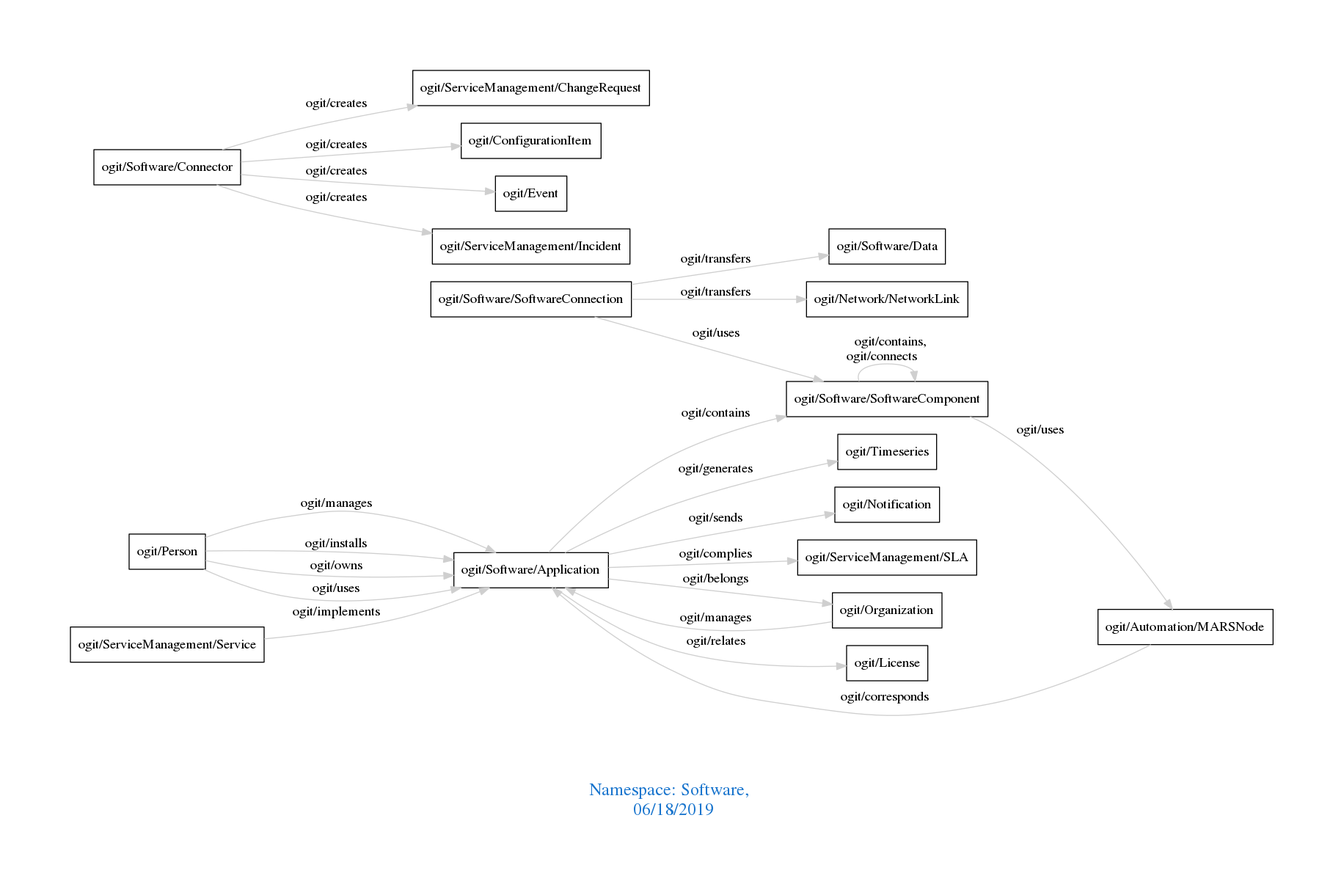
Before: downloads/Software.png, a diagram exported from Graphviz (arago/OGIT). Its source is kept beside it as downloads/Software.dot.
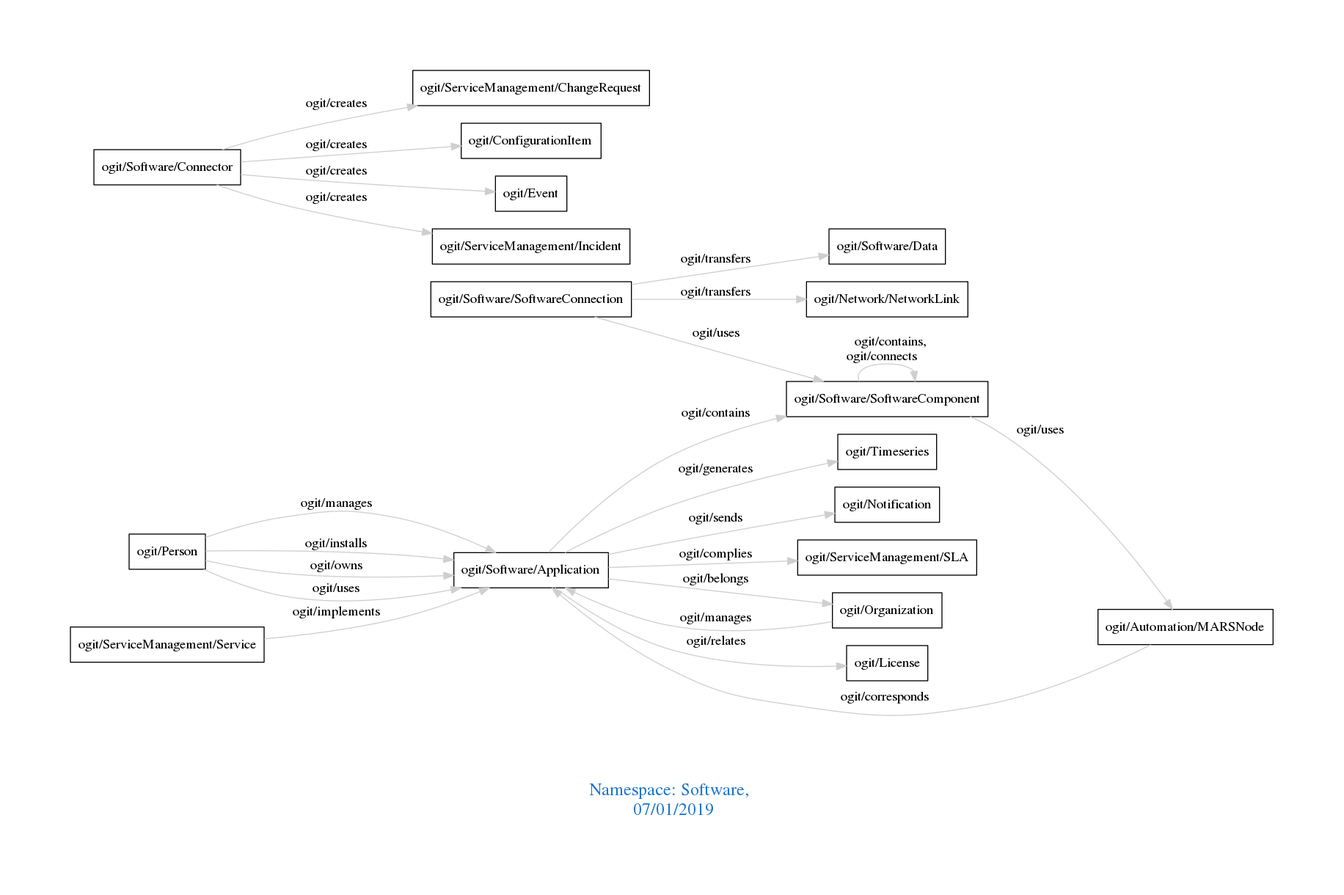
The same file after the commit.

Diff of the diagram source:
```diff
@@ -1,7 +1,7 @@
 digraph OGIT_ontology {
  graph [ rankdir= LR,pad=1
 fontsize = 18,
-fontcolor= dodgerblue3,label = "\n\n\nNamespace: Software, \n 06/18/2019"];
+fontcolor= dodgerblue3,label = "\n\n\nNamespace: Software, \n 07/01/2019"];
 node[shape=polygon];
 edge [  color="gray81"];
 
```
